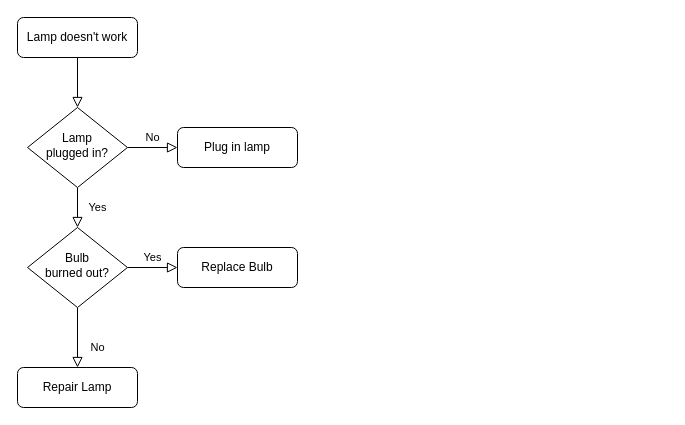
Before: Diagrama_02.drawio in fergmoon/RepoFG_Ex2, a draw.io diagram. Source tidied: cells renumbered, new cells numbered last; positions are measured from the earlier drawing's top-left corner, leaving out a move shared by most shapes. Both pictures are drawn from the tidied source at 100%, with x=0, y=0 at pixel (17, 17).
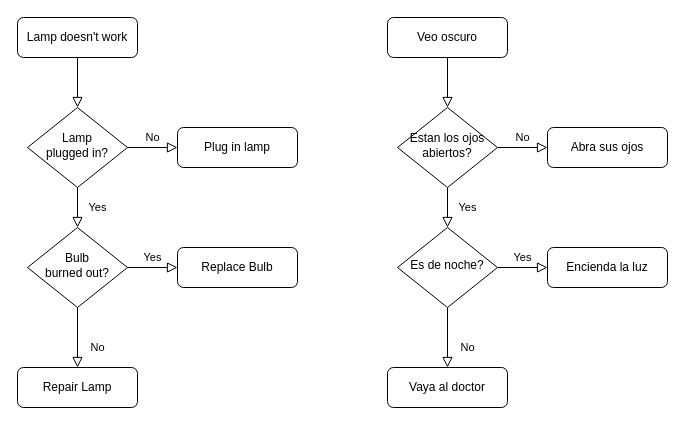
The same page after the edit.

What changed in the source:
```diff
@@
+    <mxCell id="13" style="rounded=0;html=1;jettySize=auto;fontSize=11;endArrow=block;endFill=0;endSize=8;strokeWidth=1;shadow=0;labelBackgroundColor=none;edgeStyle=orthogonalEdgeStyle;" parent="1" edge="1" source="14" target="17">
+      <mxGeometry relative="1" as="geometry" />
+    </mxCell>
+    <mxCell id="14" value="Veo oscuro" style="rounded=1;whiteSpace=wrap;html=1;fontSize=12;glass=0;strokeWidth=1;shadow=0;" parent="1" vertex="1">
+      <mxGeometry x="370" width="120" height="40" as="geometry" />
+    </mxCell>
+    <mxCell id="15" value="Yes" style="rounded=0;html=1;jettySize=auto;fontSize=11;endArrow=block;endFill=0;endSize=8;strokeWidth=1;shadow=0;labelBackgroundColor=none;edgeStyle=orthogonalEdgeStyle;" parent="1" edge="1" source="17" target="21">
+      <mxGeometry y="20" relative="1" as="geometry" />
+    </mxCell>
+    <mxCell id="16" value="No" style="edgeStyle=orthogonalEdgeStyle;rounded=0;html=1;jettySize=auto;fontSize=11;endArrow=block;endFill=0;endSize=8;strokeWidth=1;shadow=0;labelBackgroundColor=none;" parent="1" edge="1" source="17" target="18">
+      <mxGeometry y="10" relative="1" as="geometry" />
+    </mxCell>
+    <mxCell id="17" value="Estan los ojos abiertos?" style="rhombus;whiteSpace=wrap;html=1;shadow=0;fontFamily=Helvetica;fontSize=12;align=center;strokeWidth=1;spacing=6;spacingTop=-4;" parent="1" vertex="1">
+      <mxGeometry x="380" y="90" width="100" height="80" as="geometry" />
+    </mxCell>
+    <mxCell id="18" value="Abra sus ojos" style="rounded=1;whiteSpace=wrap;html=1;fontSize=12;glass=0;strokeWidth=1;shadow=0;" parent="1" vertex="1">
+      <mxGeometry x="530" y="110" width="120" height="40" as="geometry" />
+    </mxCell>
+    <mxCell id="19" value="No" style="rounded=0;html=1;jettySize=auto;fontSize=11;endArrow=block;endFill=0;endSize=8;strokeWidth=1;shadow=0;labelBackgroundColor=none;edgeStyle=orthogonalEdgeStyle;" parent="1" edge="1" source="21" target="22">
+      <mxGeometry x="0.33" y="20" relative="1" as="geometry" />
+    </mxCell>
+    <mxCell id="20" value="Yes" style="edgeStyle=orthogonalEdgeStyle;rounded=0;html=1;jettySize=auto;fontSize=11;endArrow=block;endFill=0;endSize=8;strokeWidth=1;shadow=0;labelBackgroundColor=none;" parent="1" edge="1" source="21" target="23">
+      <mxGeometry y="10" relative="1" as="geometry" />
+    </mxCell>
+    <mxCell id="21" value="Es de noche?" style="rhombus;whiteSpace=wrap;html=1;shadow=0;fontFamily=Helvetica;fontSize=12;align=center;strokeWidth=1;spacing=6;spacingTop=-4;" parent="1" vertex="1">
+      <mxGeometry x="380" y="210" width="100" height="80" as="geometry" />
+    </mxCell>
+    <mxCell id="22" value="Vaya al doctor" style="rounded=1;whiteSpace=wrap;html=1;fontSize=12;glass=0;strokeWidth=1;shadow=0;" parent="1" vertex="1">
+      <mxGeometry x="370" y="350" width="120" height="40" as="geometry" />
+    </mxCell>
+    <mxCell id="23" value="Encienda la luz" style="rounded=1;whiteSpace=wrap;html=1;fontSize=12;glass=0;strokeWidth=1;shadow=0;" parent="1" vertex="1">
+      <mxGeometry x="530" y="230" width="120" height="40" as="geometry" />
+    </mxCell>
```
